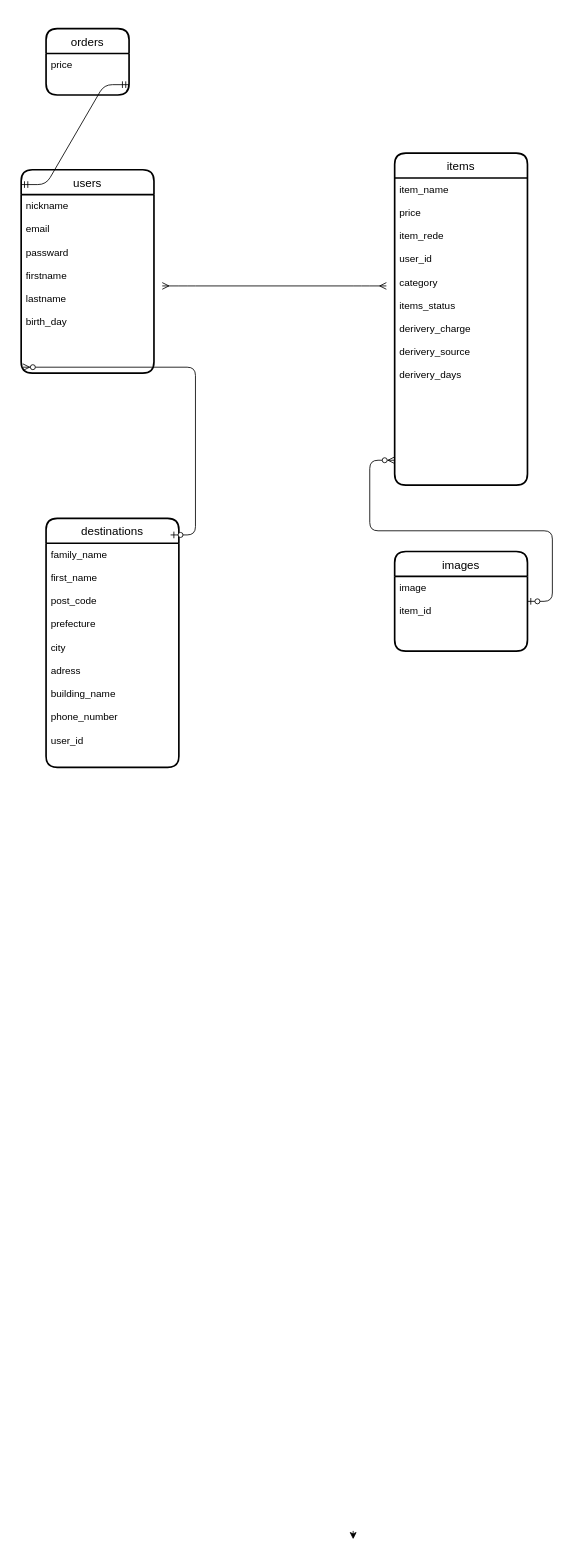
Earlier version of the draw.io diagram furima.drawio (arakawa62/furima_29735). Source tidied: cells renumbered, new cells numbered last; positions are measured from the earlier drawing's top-left corner, leaving out a move shared by most shapes. Both pictures are drawn from the tidied source at 83%, with x=0, y=0 at pixel (21, 28).
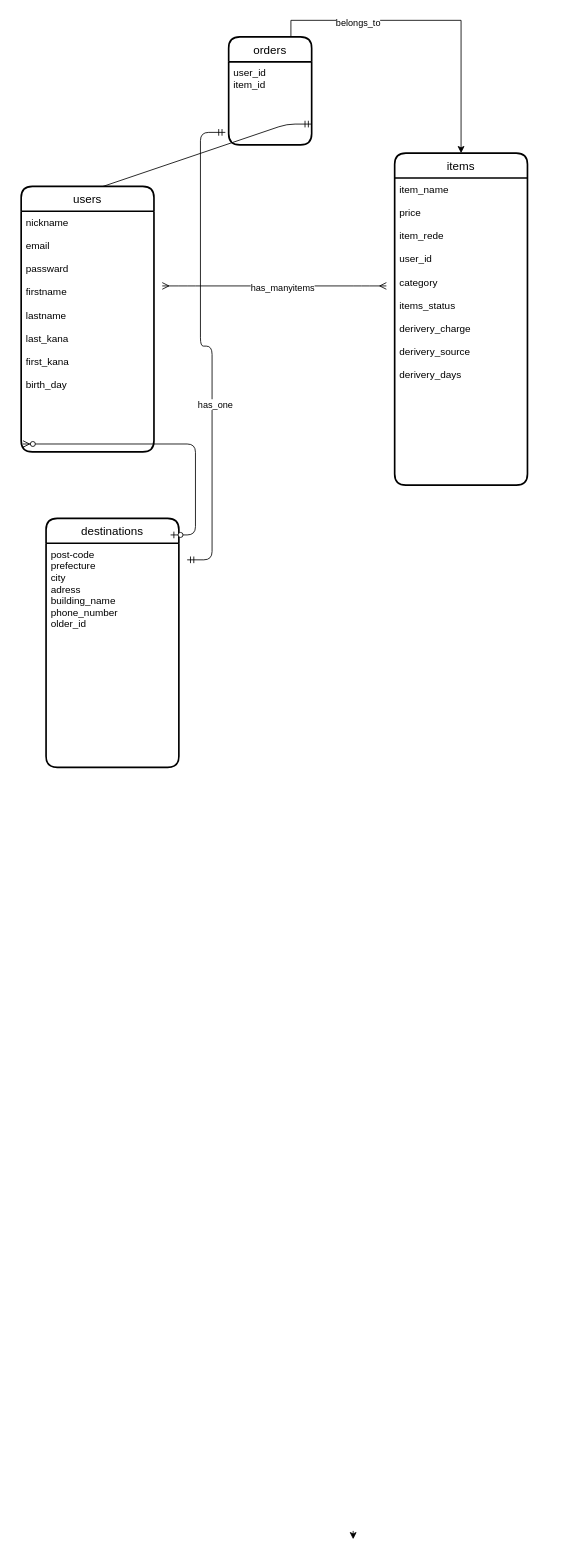
Above is the later version.

Commit message (it also covers changes not shown here):
テーブル設計２

Unchanged cells that the change refers to:
```xml
<mxCell id="3" value="items" style="swimlane;horizontal=1;startSize=30;rounded=1;fontSize=14;fontStyle=0;strokeWidth=2;shadow=0;dashed=0;align=center;" parent="1" vertex="1">
  <mxGeometry x="450" y="150" width="160" height="400" as="geometry" />
</mxCell>
<mxCell id="7" value="destinations" style="swimlane;horizontal=1;startSize=30;rounded=1;fontSize=14;fontStyle=0;strokeWidth=2;shadow=0;dashed=0;align=center;labelBackgroundColor=none;" parent="1" vertex="1">
  <mxGeometry x="30" y="590" width="160" height="300" as="geometry" />
</mxCell>
<mxCell id="11" style="edgeStyle=entityRelationEdgeStyle;fontSize=12;html=1;endArrow=ERmany;startArrow=ERmany;" parent="1" edge="1">
  <mxGeometry relative="1" as="geometry">
    <mxPoint x="170" y="310" as="sourcePoint" />
    <mxPoint x="440" y="310" as="targetPoint" />
  </mxGeometry>
</mxCell>
```

Change to the diagram source:
```diff
@@
-    <mxCell id="5" value="users" style="swimlane;horizontal=1;startSize=30;rounded=1;fontSize=14;fontStyle=0;strokeWidth=2;shadow=0;dashed=0;align=center;labelBackgroundColor=none;" parent="1" vertex="1">
-      <mxGeometry y="170" width="160" height="245" as="geometry" />
-    </mxCell>
-    <mxCell id="6" value="nickname&#10;&#10;email&#10;&#10;passward&#10;&#10;firstname&#10;&#10;lastname&#10;&#10;birth_day&#10;&#10;" style="align=left;strokeColor=none;fillColor=none;spacingLeft=4;fontSize=12;verticalAlign=top;" parent="5" vertex="1">
-      <mxGeometry y="30" width="160" height="215" as="geometry" />
-    </mxCell>
@@
-    <mxCell id="8" value="family_name&#10;&#10;first_name&#10;&#10;post_code&#10;&#10;prefecture&#10;&#10;city&#10;&#10;adress&#10;&#10;building_name&#10;&#10;phone_number&#10;&#10;user_id" style="align=left;strokeColor=none;fillColor=none;spacingLeft=4;fontSize=12;verticalAlign=top;" parent="7" vertex="1">
+    <mxCell id="8" value="post-code&#10;prefecture&#10;city&#10;adress&#10;building_name&#10;phone_number&#10;older_id" style="align=left;strokeColor=none;fillColor=none;spacingLeft=4;fontSize=12;verticalAlign=top;" parent="7" vertex="1">
       <mxGeometry y="30" width="160" height="270" as="geometry" />
     </mxCell>
@@
-    <mxCell id="10" style="edgeStyle=entityRelationEdgeStyle;fontSize=12;html=1;endArrow=ERzeroToMany;startArrow=ERzeroToOne;" parent="1" edge="1" source="12">
-      <mxGeometry relative="1" as="geometry">
-        <mxPoint x="450" y="520" as="targetPoint" />
-      </mxGeometry>
-    </mxCell>
@@
-    <mxCell id="12" value="images" style="swimlane;horizontal=1;startSize=30;rounded=1;fontSize=14;fontStyle=0;strokeWidth=2;shadow=0;dashed=0;align=center;" parent="1" vertex="1">
-      <mxGeometry x="450" y="630" width="160" height="120" as="geometry" />
-    </mxCell>
-    <mxCell id="13" value="image&#10;&#10;item_id" style="align=left;strokeColor=none;fillColor=none;spacingLeft=4;fontSize=12;verticalAlign=top;" parent="12" vertex="1">
-      <mxGeometry y="30" width="160" height="90" as="geometry" />
-    </mxCell>
+    <mxCell id="17" value="has_manyitems" style="edgeLabel;html=1;align=center;verticalAlign=middle;" parent="11" vertex="1">
+      <mxGeometry x="0.07" y="-1" relative="1" as="geometry" />
+    </mxCell>
+    <mxCell id="16" style="edgeStyle=entityRelationEdgeStyle;fontSize=12;html=1;endArrow=ERmandOne;startArrow=ERmandOne;entryX=0;entryY=0.073;entryDx=0;entryDy=0;entryPerimeter=0;exitX=1;exitY=0.75;exitDx=0;exitDy=0;" parent="1" edge="1" source="15" target="5">
+      <mxGeometry relative="1" as="geometry" />
+    </mxCell>
+    <mxCell id="5" value="users" style="swimlane;horizontal=1;startSize=30;rounded=1;fontSize=14;fontStyle=0;strokeWidth=2;shadow=0;dashed=0;align=center;labelBackgroundColor=none;" parent="1" vertex="1">
+      <mxGeometry y="190" width="160" height="320" as="geometry" />
+    </mxCell>
+    <mxCell id="6" value="nickname&#10;&#10;email&#10;&#10;passward&#10;&#10;firstname&#10;&#10;lastname&#10;&#10;last_kana&#10;&#10;first_kana&#10;&#10;birth_day&#10;&#10;" style="align=left;strokeColor=none;fillColor=none;spacingLeft=4;fontSize=12;verticalAlign=top;" parent="5" vertex="1">
+      <mxGeometry y="30" width="160" height="290" as="geometry" />
+    </mxCell>
+    <mxCell id="18" style="edgeStyle=orthogonalEdgeStyle;rounded=0;jettySize=auto;html=1;exitX=0.75;exitY=0;exitDx=0;exitDy=0;" parent="1" edge="1" source="14" target="3">
+      <mxGeometry relative="1" as="geometry" />
+    </mxCell>
+    <mxCell id="19" value="belongs_to" style="edgeLabel;html=1;align=center;verticalAlign=middle;" parent="18" vertex="1">
+      <mxGeometry x="-0.48" y="-2" relative="1" as="geometry" />
+    </mxCell>
     <mxCell id="14" value="orders" style="swimlane;horizontal=1;startSize=30;rounded=1;fontSize=14;fontStyle=0;strokeWidth=2;shadow=0;dashed=0;align=center;" parent="1" vertex="1">
-      <mxGeometry x="30" width="100" height="80" as="geometry" />
+      <mxGeometry x="250" y="10" width="100" height="130" as="geometry" />
     </mxCell>
-    <mxCell id="15" value="price&#10;&#10;" style="align=left;strokeColor=none;fillColor=none;spacingLeft=4;fontSize=12;verticalAlign=top;" parent="14" vertex="1">
-      <mxGeometry y="30" width="100" height="50" as="geometry" />
+    <mxCell id="15" value="user_id&#10;item_id" style="align=left;strokeColor=none;fillColor=none;spacingLeft=4;fontSize=12;verticalAlign=top;" parent="14" vertex="1">
+      <mxGeometry y="30" width="100" height="100" as="geometry" />
     </mxCell>
-    <mxCell id="16" style="edgeStyle=entityRelationEdgeStyle;fontSize=12;html=1;endArrow=ERmandOne;startArrow=ERmandOne;entryX=0;entryY=0.073;entryDx=0;entryDy=0;entryPerimeter=0;exitX=1;exitY=0.75;exitDx=0;exitDy=0;" parent="1" edge="1" source="15" target="5">
-      <mxGeometry relative="1" as="geometry" />
-    </mxCell>
+    <mxCell id="20" style="edgeStyle=entityRelationEdgeStyle;fontSize=12;html=1;endArrow=ERmandOne;startArrow=ERmandOne;entryX=-0.04;entryY=0.85;entryDx=0;entryDy=0;entryPerimeter=0;" parent="1" edge="1" target="15">
+      <mxGeometry relative="1" as="geometry">
+        <mxPoint x="200" y="640" as="sourcePoint" />
+      </mxGeometry>
+    </mxCell>
+    <mxCell id="21" value="has_one&lt;br&gt;" style="edgeLabel;html=1;align=center;verticalAlign=middle;" parent="20" vertex="1">
+      <mxGeometry x="-0.26" y="-3" relative="1" as="geometry" />
+    </mxCell>
```
